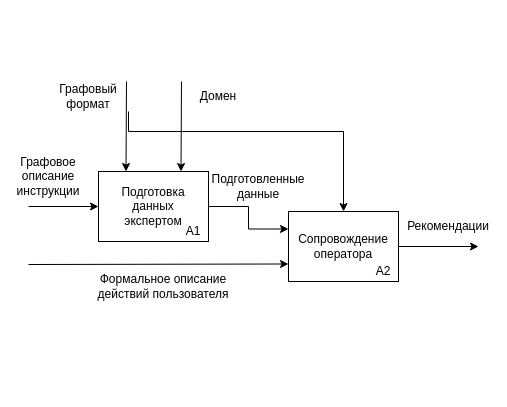
Earlier version of the draw.io diagram report/inc/img/idef0_x.drawio (Jarozin/diplom). Source tidied: cells renumbered, new cells numbered last; positions are measured from the earlier drawing's top-left corner, leaving out a move shared by most shapes. Both pictures are drawn from the tidied source at 100%, with x=0, y=0 at pixel (18, 81).
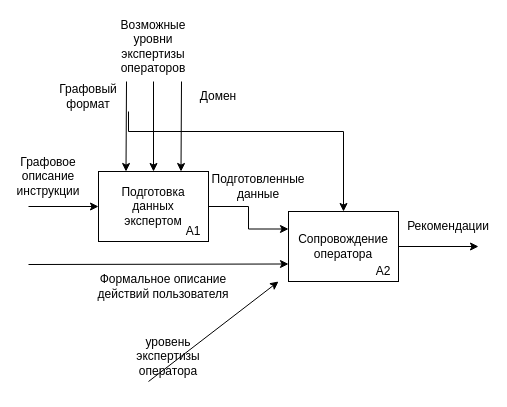
The same page after the edit.

Unchanged cells that the change refers to:
```xml
<mxCell id="7" style="rounded=0;whiteSpace=wrap;html=1;" parent="6" vertex="1">
  <mxGeometry width="110" height="70" as="geometry" />
</mxCell>
```

Diff of the diagram source:
```diff
@@
+    <mxCell id="23" style="endArrow=classic;html=1;rounded=0;entryX=0.5;entryY=0;entryDx=0;entryDy=0;" parent="1" edge="1" target="7">
+      <mxGeometry relative="1" as="geometry">
+        <mxPoint x="135" as="sourcePoint" />
+      </mxGeometry>
+    </mxCell>
+    <mxCell id="24" value="Возможные уровни экспертизы операторов" style="text;html=1;align=center;verticalAlign=middle;whiteSpace=wrap;rounded=0;" parent="1" vertex="1">
+      <mxGeometry x="105" y="-50" width="60" height="30" as="geometry" />
+    </mxCell>
+    <mxCell id="25" style="endArrow=classic;html=1;rounded=0;" parent="1" edge="1">
+      <mxGeometry relative="1" as="geometry">
+        <mxPoint x="130" y="300" as="sourcePoint" />
+        <mxPoint x="260" y="200" as="targetPoint" />
+      </mxGeometry>
+    </mxCell>
+    <mxCell id="26" value="уровень экспертизы оператора" style="text;html=1;align=center;verticalAlign=middle;whiteSpace=wrap;rounded=0;" parent="1" vertex="1">
+      <mxGeometry x="120" y="260" width="60" height="30" as="geometry" />
+    </mxCell>
```
